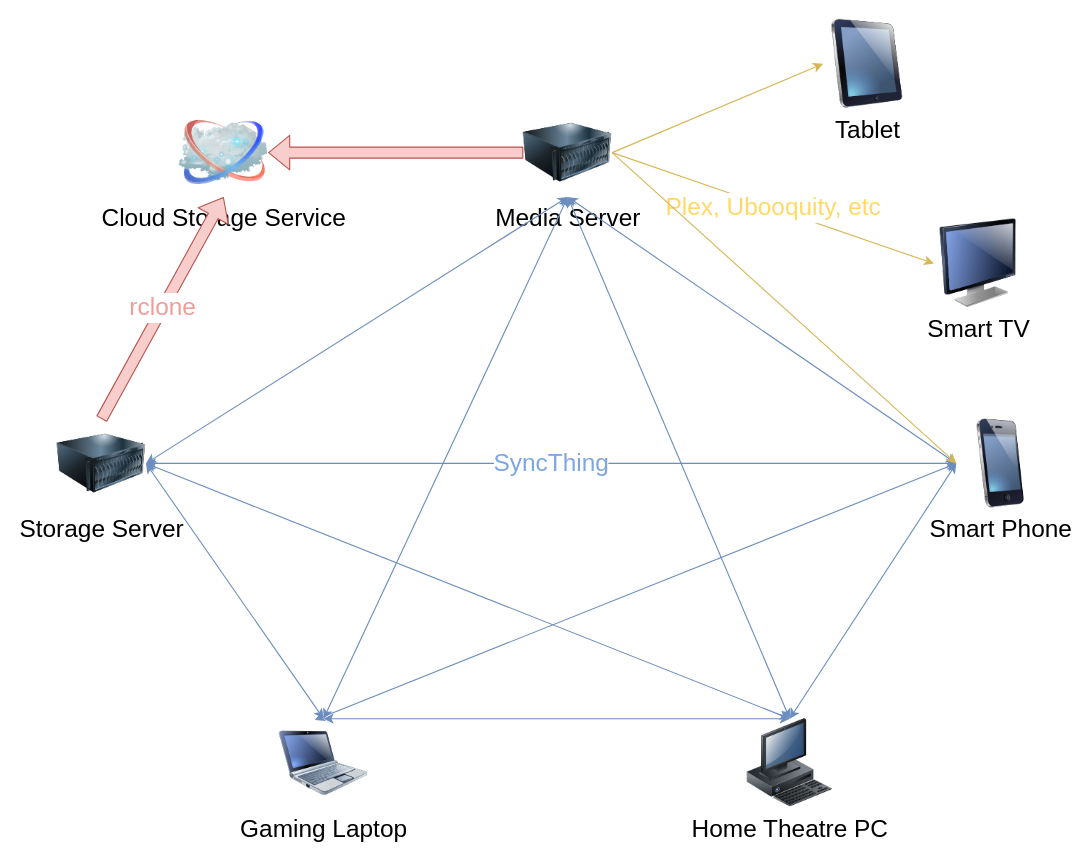
Earlier version of the draw.io diagram Logical Layout.drawio (syedrali/architecture). Source tidied: cells renumbered, new cells numbered last; positions are measured from the earlier drawing's top-left corner, leaving out a move shared by most shapes. Both pictures are drawn from the tidied source at 111%, with x=0, y=0 at pixel (57, 19).
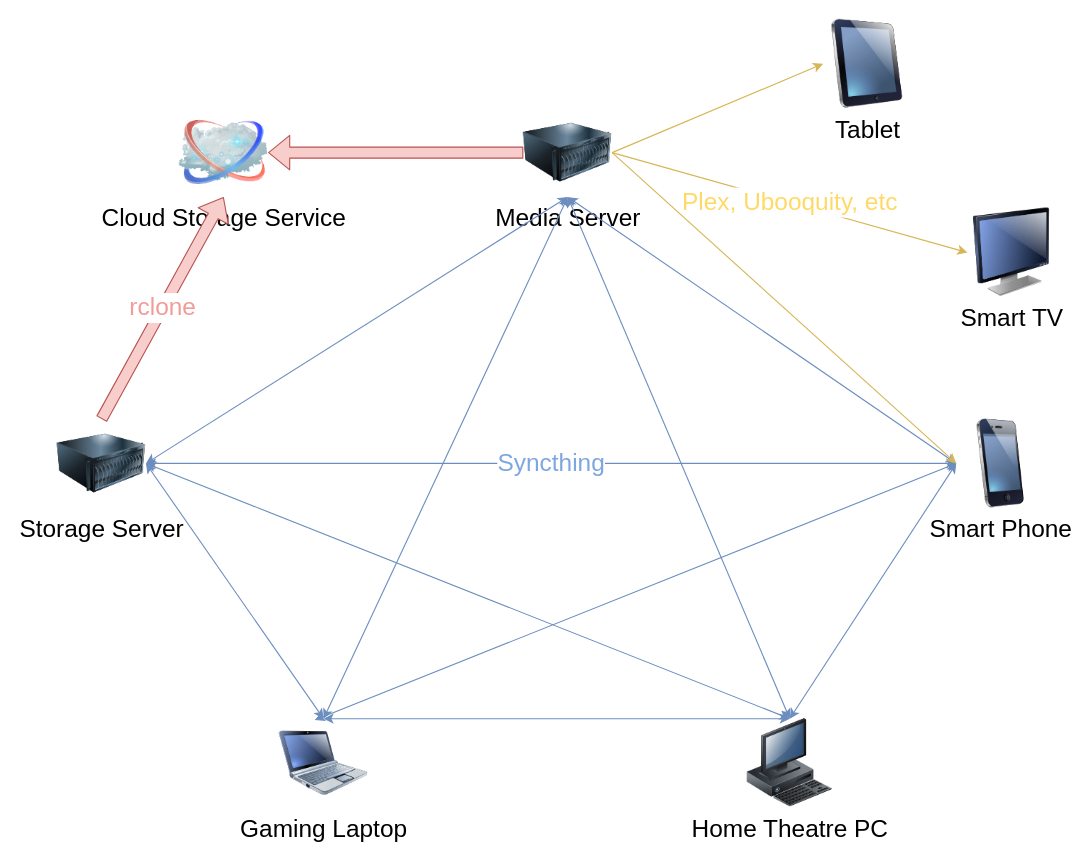
The same diagram, later.

The change refers to these unchanged cells:
```xml
<mxCell id="5" value="Smart Phone" style="image;html=1;labelBackgroundColor=#ffffff;image=img/lib/clip_art/telecommunication/iPhone_128x128.png;rounded=1;shadow=0;comic=0;strokeColor=#000000;strokeWidth=2;fillColor=#FFFFFF;fontSize=22;fontColor=#000000;" parent="1" vertex="1">
  <mxGeometry x="810" y="360" width="80" height="80" as="geometry" />
</mxCell>
<mxCell id="7" value="Storage Server" style="image;html=1;labelBackgroundColor=#ffffff;image=img/lib/clip_art/computers/Server_128x128.png;fontSize=22;" parent="1" vertex="1">
  <mxGeometry y="360" width="80" height="80" as="geometry" />
</mxCell>
```

The edit, as a diff of the source:
```diff
@@
     <mxCell id="10" value="Smart TV" style="image;html=1;labelBackgroundColor=#ffffff;image=img/lib/clip_art/computers/Monitor_128x128.png;fontSize=22;" parent="1" vertex="1">
-      <mxGeometry x="790" y="180" width="80" height="80" as="geometry" />
+      <mxGeometry x="820" y="170" width="80" height="80" as="geometry" />
     </mxCell>
@@
-    <mxCell id="20" value="&lt;font color=&quot;#7ea6e0&quot; style=&quot;font-size: 22px&quot;&gt;SyncThing&lt;/font&gt;" style="endArrow=classic;startArrow=classic;html=1;exitX=1;exitY=0.5;exitDx=0;exitDy=0;fillColor=#dae8fc;strokeColor=#6c8ebf;" parent="1" edge="1" source="7" target="5">
+    <mxCell id="20" value="&lt;font color=&quot;#7ea6e0&quot; style=&quot;font-size: 22px&quot;&gt;Syncthing&lt;/font&gt;" style="endArrow=classic;startArrow=classic;html=1;exitX=1;exitY=0.5;exitDx=0;exitDy=0;fillColor=#dae8fc;strokeColor=#6c8ebf;" parent="1" edge="1" source="7" target="5">
       <mxGeometry relative="1" as="geometry" />
     </mxCell>
```
